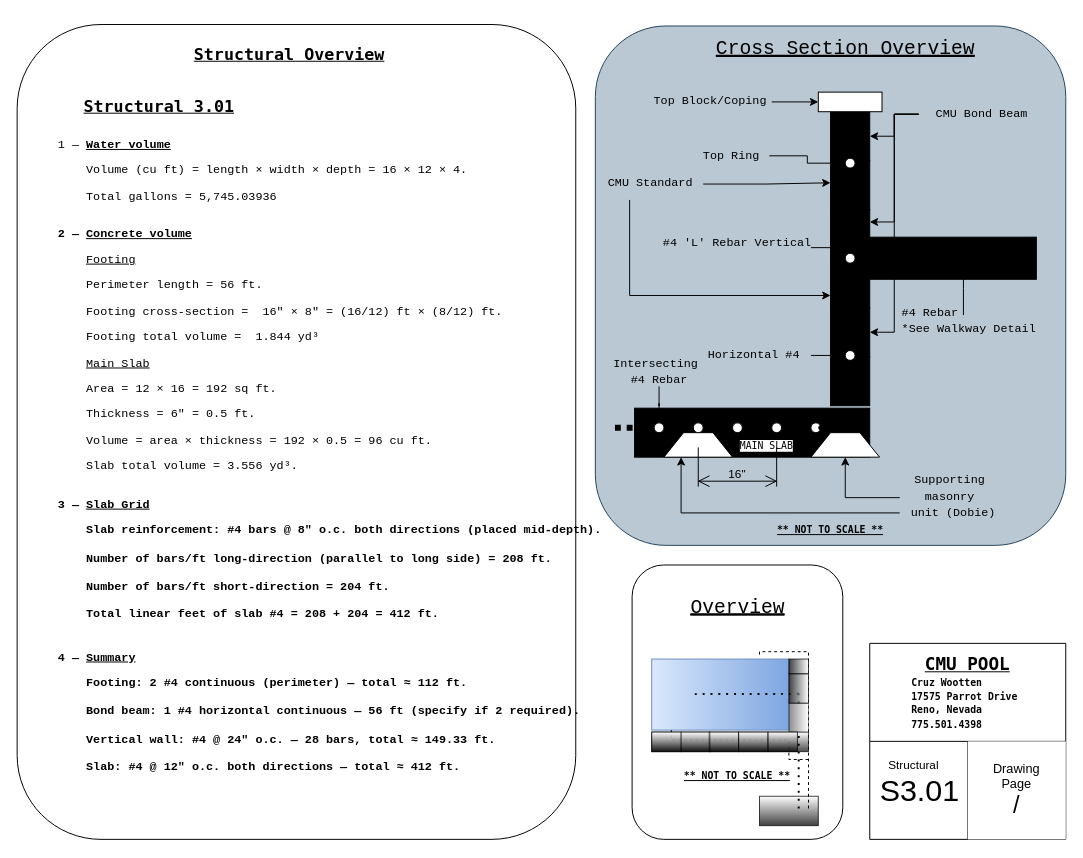
LilWikipedia/parrotpool keeps this draw.io diagram as S301-Structural_Overview.drawio. Above is the earlier version. Source tidied: cells renumbered, new cells numbered last; positions are measured from the earlier drawing's top-left corner, leaving out a move shared by most shapes. Both pictures are drawn from the tidied source at 98%, with x=0, y=0 at pixel (17, 24).
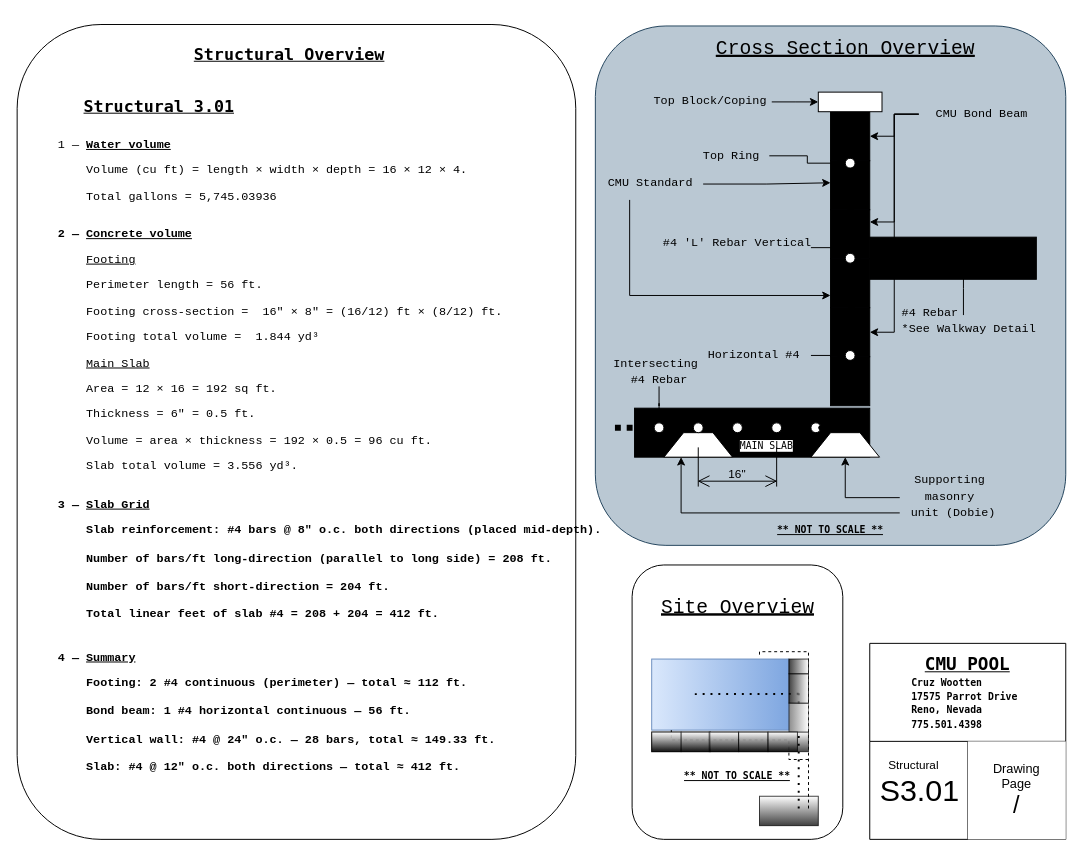
The same page after the edit.

What changed in the source:
```diff
@@
-    <mxCell id="67" value="&lt;pre&gt;&lt;u&gt;Overview&lt;/u&gt;&lt;/pre&gt;" style="text;html=1;align=center;verticalAlign=middle;whiteSpace=wrap;rounded=0;fontFamily=Helvetica;fontSize=20;fontColor=default;fontStyle=4;" parent="1" vertex="1">
+    <mxCell id="67" value="&lt;pre&gt;&lt;u&gt;Site Overview&lt;/u&gt;&lt;/pre&gt;" style="text;html=1;align=center;verticalAlign=middle;whiteSpace=wrap;rounded=0;fontFamily=Helvetica;fontSize=20;fontColor=default;fontStyle=4;" parent="1" vertex="1">
       <mxGeometry x="638.8" y="572" width="192.5" height="45" as="geometry" />
     </mxCell>
@@
-    <mxCell id="85" value="&lt;pre&gt;&lt;pre&gt;&lt;b&gt;4 — &lt;u&gt;Summary&lt;/u&gt;&lt;/b&gt;&lt;/pre&gt;&lt;pre&gt;&lt;b&gt;    Footing: 2 #4 continuous (perimeter) — total ≈ 112 ft.&lt;br&gt;&lt;br&gt;    Bond beam: 1 #4 horizontal continuous — 56 ft (specify if 2 required).&lt;br&gt;&lt;br&gt;    Vertical wall: #4 @ 24&quot; o.c. — 28 bars, total ≈ 149.33 ft.&lt;br&gt;&lt;br&gt;    Slab: #4 @ 12&quot; o.c. both directions — total ≈ 412 ft.&lt;br&gt;&lt;br&gt;&lt;/b&gt;&lt;/pre&gt;&lt;pre&gt;&lt;b&gt;&lt;br&gt;&lt;/b&gt;&lt;/pre&gt;&lt;/pre&gt;" style="text;html=1;align=left;verticalAlign=middle;whiteSpace=wrap;rounded=0;strokeColor=none;" parent="1" vertex="1">
+    <mxCell id="85" value="&lt;pre&gt;&lt;pre&gt;&lt;b&gt;4 — &lt;u&gt;Summary&lt;/u&gt;&lt;/b&gt;&lt;/pre&gt;&lt;pre&gt;&lt;b&gt;    Footing: 2 #4 continuous (perimeter) — total ≈ 112 ft.&lt;br&gt;&lt;br&gt;    Bond beam: 1 #4 horizontal continuous — 56 ft.&lt;br&gt;&lt;br&gt;    Vertical wall: #4 @ 24&quot; o.c. — 28 bars, total ≈ 149.33 ft.&lt;br&gt;&lt;br&gt;    Slab: #4 @ 12&quot; o.c. both directions — total ≈ 412 ft.&lt;br&gt;&lt;br&gt;&lt;/b&gt;&lt;/pre&gt;&lt;pre&gt;&lt;b&gt;&lt;br&gt;&lt;/b&gt;&lt;/pre&gt;&lt;/pre&gt;" style="text;html=1;align=left;verticalAlign=middle;whiteSpace=wrap;rounded=0;strokeColor=none;" parent="1" vertex="1">
       <mxGeometry x="40" y="617" width="475" height="211.5" as="geometry" />
     </mxCell>
```
